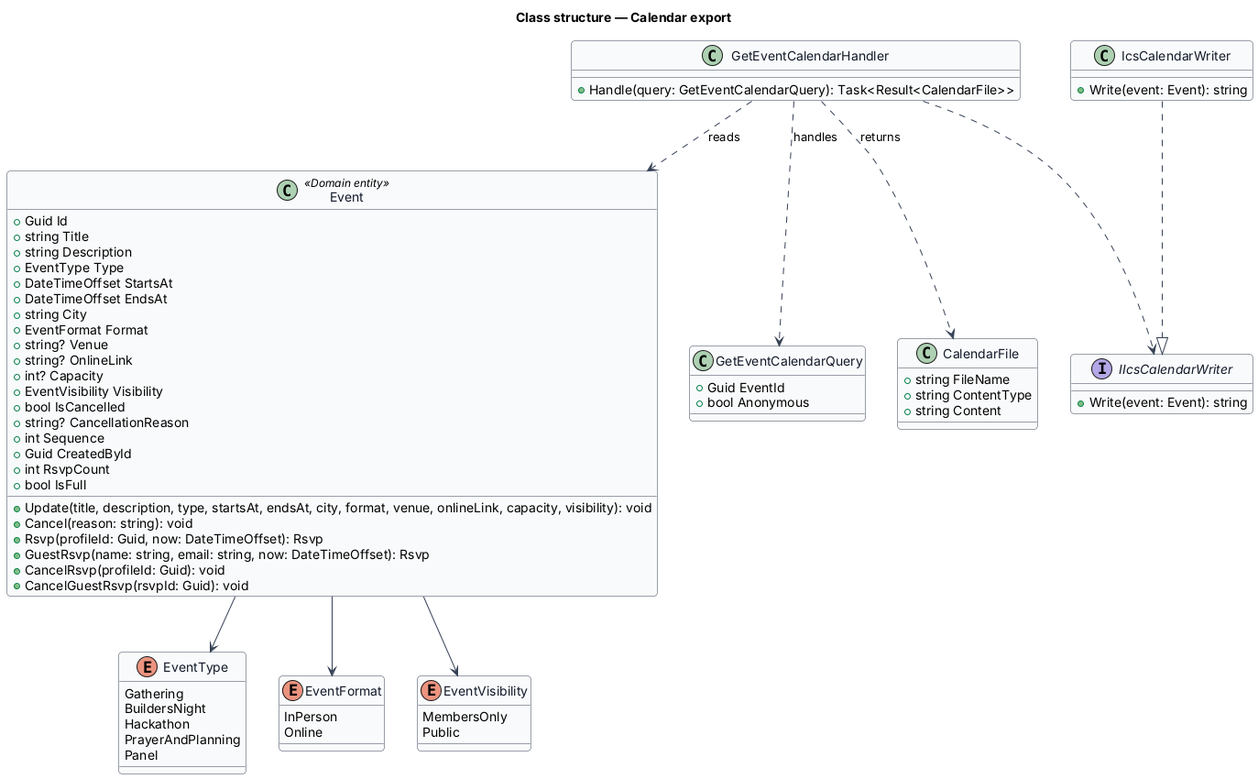
Before: docs/detailed-designs/events/calendar-export/diagrams/class-structure.png, a diagram exported from PlantUML (QuinntyneBrown/faithtech-community).
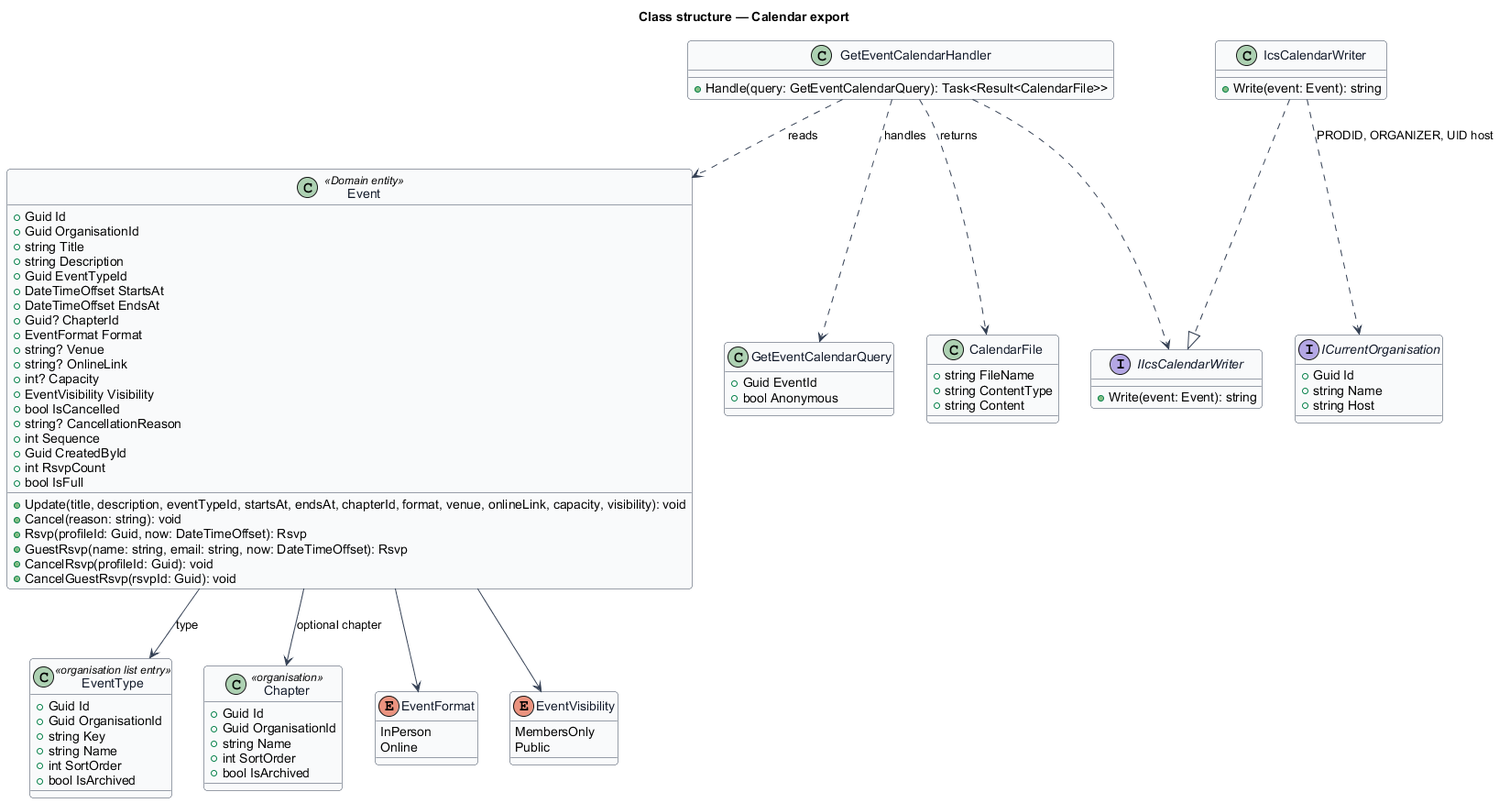
After the commit.

What changed in the source:
```diff
@@ -11,12 +11,21 @@
 }
 title Class structure — Calendar export
 
-enum EventType {
-  Gathering
-  BuildersNight
-  Hackathon
-  PrayerAndPlanning
-  Panel
+class EventType <<organisation list entry>> {
+  +Guid Id
+  +Guid OrganisationId
+  +string Key
+  +string Name
+  +int SortOrder
+  +bool IsArchived
+}
+
+class Chapter <<organisation>> {
+  +Guid Id
+  +Guid OrganisationId
+  +string Name
+  +int SortOrder
+  +bool IsArchived
 }
 
 enum EventFormat {
@@ -31,12 +40,13 @@
 
 class Event <<Domain entity>> {
   +Guid Id
+  +Guid OrganisationId
   +string Title
   +string Description
-  +EventType Type
+  +Guid EventTypeId
   +DateTimeOffset StartsAt
   +DateTimeOffset EndsAt
-  +string City
+  +Guid? ChapterId
   +EventFormat Format
   +string? Venue
   +string? OnlineLink
@@ -48,14 +58,15 @@
   +Guid CreatedById
   +int RsvpCount
   +bool IsFull
-  +Update(title, description, type, startsAt, endsAt, city, format, venue, onlineLink, capacity, visibility): void
+  +Update(title, description, eventTypeId, startsAt, endsAt, chapterId, format, venue, onlineLink, capacity, visibility): void
   +Cancel(reason: string): void
   +Rsvp(profileId: Guid, now: DateTimeOffset): Rsvp
   +GuestRsvp(name: string, email: string, now: DateTimeOffset): Rsvp
   +CancelRsvp(profileId: Guid): void
   +CancelGuestRsvp(rsvpId: Guid): void
 }
-Event --> EventType
+Event --> EventType : type
+Event --> Chapter : optional chapter
 Event --> EventFormat
 Event --> EventVisibility
 
@@ -77,7 +88,13 @@
 class IcsCalendarWriter {
   +Write(event: Event): string
 }
+interface ICurrentOrganisation {
+  +Guid Id
+  +string Name
+  +string Host
+}
 IcsCalendarWriter ..|> IIcsCalendarWriter
+IcsCalendarWriter ..> ICurrentOrganisation : PRODID, ORGANIZER, UID host
 GetEventCalendarHandler ..> GetEventCalendarQuery : handles
 GetEventCalendarHandler ..> IIcsCalendarWriter
 GetEventCalendarHandler ..> Event : reads
```
